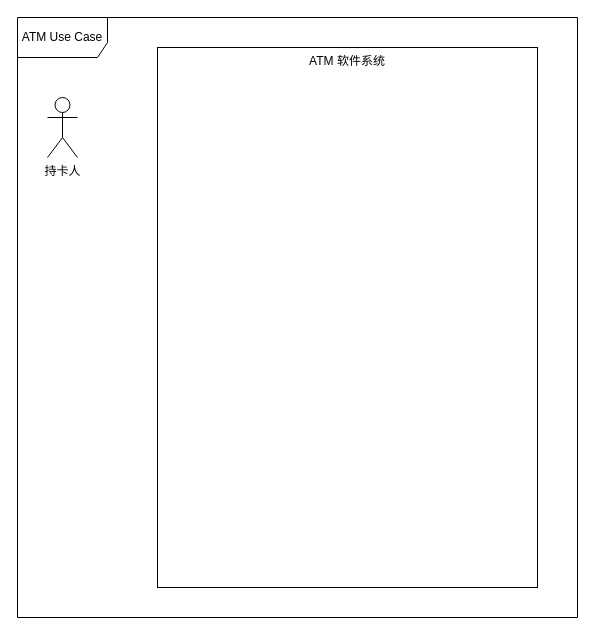
Before: hw5/src/pic/UCDiagram.drawio in MojoisMojo/nju_-se2, a draw.io diagram. Source tidied: cells renumbered, new cells numbered last; positions are measured from the earlier drawing's top-left corner, leaving out a move shared by most shapes. Both pictures are drawn from the tidied source at 100%, with x=0, y=0 at pixel (17, 17).
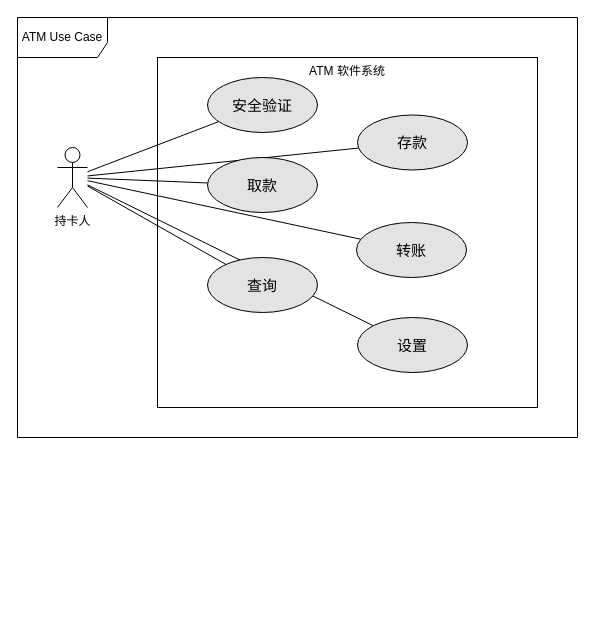
Above is the later version.

What changed in the source:
```diff
@@
 <mxGraphModel background="#ffffff">
   <root>
     <mxCell id="0" />
     <mxCell id="1" parent="0" />
     <mxCell id="2" value="ATM 软件系统" style="rounded=0;whiteSpace=wrap;html=1;verticalAlign=top;" parent="1" vertex="1">
-      <mxGeometry x="140" y="30" width="380" height="540" as="geometry" />
+      <mxGeometry x="140" y="40" width="380" height="350" as="geometry" />
     </mxCell>
+    <mxCell id="5" style="rounded=0;jettySize=auto;html=1;endArrow=none;endFill=0;" parent="1" edge="1" source="3" target="13">
+      <mxGeometry relative="1" as="geometry" />
+    </mxCell>
+    <mxCell id="6" style="edgeStyle=none;rounded=0;jettySize=auto;html=1;strokeColor=default;align=center;verticalAlign=middle;fontFamily=Helvetica;fontSize=11;fontColor=default;labelBackgroundColor=default;endArrow=none;endFill=0;" parent="1" edge="1" source="3" target="11">
+      <mxGeometry relative="1" as="geometry" />
+    </mxCell>
+    <mxCell id="7" style="edgeStyle=none;rounded=0;jettySize=auto;html=1;strokeColor=default;align=center;verticalAlign=middle;fontFamily=Helvetica;fontSize=11;fontColor=default;labelBackgroundColor=default;endArrow=none;endFill=0;" parent="1" edge="1" source="3" target="15">
+      <mxGeometry relative="1" as="geometry" />
+    </mxCell>
+    <mxCell id="8" style="edgeStyle=none;rounded=0;jettySize=auto;html=1;strokeColor=default;align=center;verticalAlign=middle;fontFamily=Helvetica;fontSize=11;fontColor=default;labelBackgroundColor=default;endArrow=none;endFill=0;" parent="1" edge="1" source="3" target="12">
+      <mxGeometry relative="1" as="geometry" />
+    </mxCell>
+    <mxCell id="9" style="edgeStyle=none;rounded=0;jettySize=auto;html=1;strokeColor=default;align=center;verticalAlign=middle;fontFamily=Helvetica;fontSize=11;fontColor=default;labelBackgroundColor=default;endArrow=none;endFill=0;" parent="1" edge="1" source="3" target="14">
+      <mxGeometry relative="1" as="geometry" />
+    </mxCell>
+    <mxCell id="10" style="edgeStyle=none;rounded=0;jettySize=auto;html=1;strokeColor=default;align=center;verticalAlign=middle;fontFamily=Helvetica;fontSize=11;fontColor=default;labelBackgroundColor=default;endArrow=none;endFill=0;" parent="1" edge="1" source="3" target="16">
+      <mxGeometry relative="1" as="geometry" />
+    </mxCell>
     <mxCell id="3" value="持卡人" style="shape=umlActor;verticalLabelPosition=bottom;verticalAlign=top;html=1;" parent="1" vertex="1">
-      <mxGeometry x="30" y="80" width="30" height="60" as="geometry" />
+      <mxGeometry x="40" y="130" width="30" height="60" as="geometry" />
     </mxCell>
     <mxCell id="4" value="ATM Use Case" style="shape=umlFrame;whiteSpace=wrap;html=1;width=90;height=40;" parent="1" vertex="1">
-      <mxGeometry width="560" height="600" as="geometry" />
+      <mxGeometry width="560" height="420" as="geometry" />
     </mxCell>
+    <mxCell id="11" value="&lt;font style=&quot;font-size: 15px;&quot;&gt;存款&lt;/font&gt;" style="ellipse;whiteSpace=wrap;html=1;fillColor=#E3E3E3;" parent="1" vertex="1">
+      <mxGeometry x="340" y="97.5" width="110" height="55" as="geometry" />
+    </mxCell>
+    <mxCell id="12" value="&lt;font style=&quot;font-size: 15px;&quot;&gt;取款&lt;/font&gt;" style="ellipse;whiteSpace=wrap;html=1;fillColor=#E3E3E3;" parent="1" vertex="1">
+      <mxGeometry x="190" y="140" width="110" height="55" as="geometry" />
+    </mxCell>
+    <mxCell id="13" value="&lt;font style=&quot;font-size: 15px;&quot;&gt;安全验证&lt;/font&gt;" style="ellipse;whiteSpace=wrap;html=1;fillColor=#E3E3E3;" parent="1" vertex="1">
+      <mxGeometry x="190" y="60" width="110" height="55" as="geometry" />
+    </mxCell>
+    <mxCell id="14" value="&lt;font style=&quot;font-size: 15px;&quot;&gt;查询&lt;/font&gt;" style="ellipse;whiteSpace=wrap;html=1;fillColor=#E3E3E3;" parent="1" vertex="1">
+      <mxGeometry x="190" y="240" width="110" height="55" as="geometry" />
+    </mxCell>
+    <mxCell id="15" value="&lt;span style=&quot;font-size: 15px;&quot;&gt;设置&lt;/span&gt;" style="ellipse;whiteSpace=wrap;html=1;fillColor=#E3E3E3;" parent="1" vertex="1">
+      <mxGeometry x="340" y="300" width="110" height="55" as="geometry" />
+    </mxCell>
+    <mxCell id="16" value="&lt;span style=&quot;font-size: 15px;&quot;&gt;转账&lt;/span&gt;" style="ellipse;whiteSpace=wrap;html=1;fillColor=#E3E3E3;" parent="1" vertex="1">
+      <mxGeometry x="339" y="205" width="110" height="55" as="geometry" />
+    </mxCell>
   </root>
 </mxGraphModel>
```
